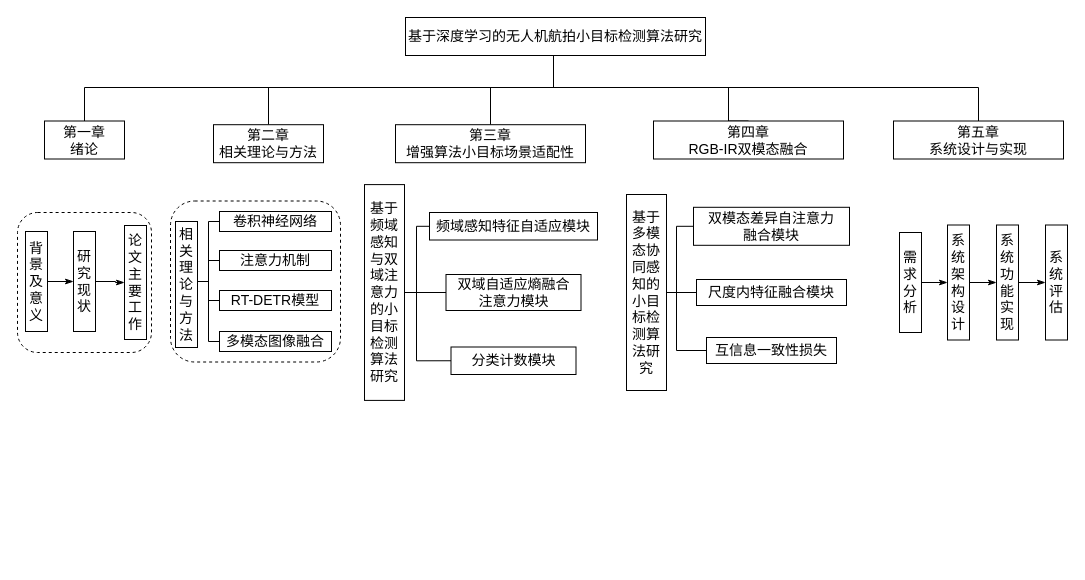
Before: DrawIO_file/毕业论文画图/章节安排结构图.drawio in DingDongZz/typera_PicGO, a draw.io diagram. Source tidied: cells renumbered, new cells numbered last; positions are measured from the earlier drawing's top-left corner, leaving out a move shared by most shapes. Both pictures are drawn from the tidied source at 100%, with x=0, y=0 at pixel (17, 17).
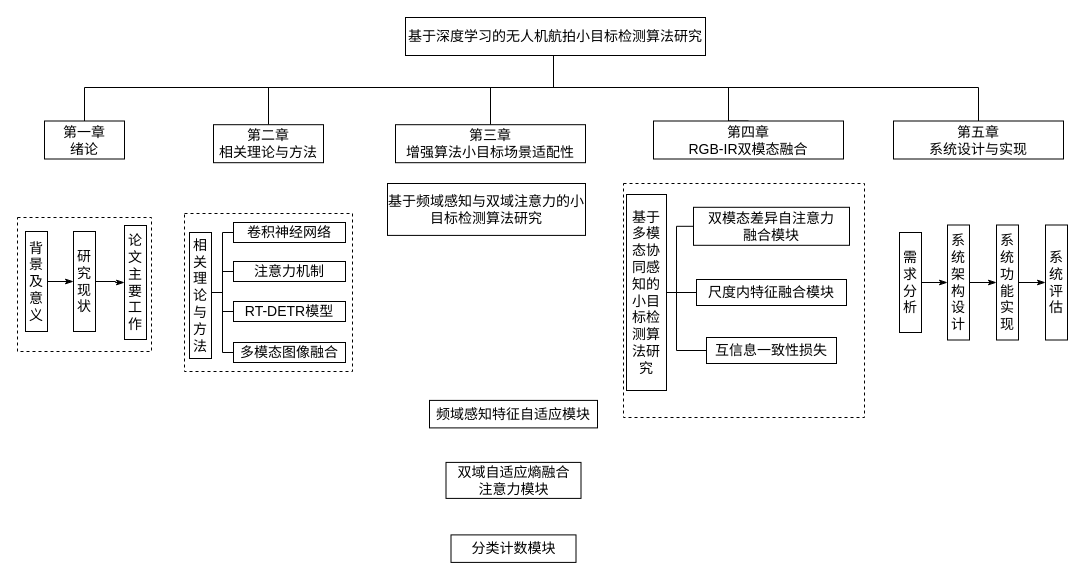
After the change.

Commit message (it also covers changes not shown here):
更新章节安排结构图.drawio

What changed in the source:
```diff
@@
-    <mxCell id="13" style="edgeStyle=orthogonalEdgeStyle;rounded=0;orthogonalLoop=1;jettySize=auto;html=1;entryX=0;entryY=0.5;entryDx=0;entryDy=0;endArrow=none;startFill=0;fontFamily=宋体;fontSize=14;" parent="1" edge="1">
-      <mxGeometry relative="1" as="geometry">
-        <mxPoint x="392" y="275" as="sourcePoint" />
-        <mxPoint x="414" y="208.8" as="targetPoint" />
-        <Array as="points">
-          <mxPoint x="399" y="275" />
-          <mxPoint x="399" y="209" />
-        </Array>
-      </mxGeometry>
-    </mxCell>
-    <mxCell id="14" style="edgeStyle=orthogonalEdgeStyle;shape=connector;rounded=0;jettySize=auto;html=1;entryX=0;entryY=0.5;entryDx=0;entryDy=0;strokeColor=default;align=center;verticalAlign=middle;fontFamily=宋体;fontSize=14;fontColor=default;labelBackgroundColor=default;startFill=0;endArrow=none;" parent="1" edge="1" target="19">
-      <mxGeometry relative="1" as="geometry">
-        <mxPoint x="394" y="275" as="sourcePoint" />
-        <Array as="points">
-          <mxPoint x="399" y="275" />
-          <mxPoint x="399" y="343" />
-        </Array>
-      </mxGeometry>
-    </mxCell>
-    <mxCell id="15" style="edgeStyle=orthogonalEdgeStyle;shape=connector;rounded=0;jettySize=auto;html=1;entryX=0;entryY=0.5;entryDx=0;entryDy=0;strokeColor=default;align=center;verticalAlign=middle;fontFamily=宋体;fontSize=14;fontColor=default;labelBackgroundColor=default;startFill=0;endArrow=none;" parent="1" edge="1" source="16" target="18">
-      <mxGeometry relative="1" as="geometry" />
-    </mxCell>
     <mxCell id="16" value="&lt;span&gt;基于频域感知与双域注意力的小目标检测算法研究&lt;/span&gt;" style="rounded=0;whiteSpace=wrap;html=1;fontFamily=宋体;fontSize=14;fontColor=default;labelBackgroundColor=default;horizontal=1;verticalAlign=middle;" parent="1" vertex="1">
-      <mxGeometry x="347" y="167.1" width="40" height="215.8" as="geometry" />
+      <mxGeometry x="370" y="166" width="198" height="51.9" as="geometry" />
     </mxCell>
     <mxCell id="17" value="&lt;span&gt;频域感知特征自适应模块&lt;/span&gt;" style="rounded=0;whiteSpace=wrap;html=1;fontFamily=宋体;fontSize=14;fontColor=default;labelBackgroundColor=default;horizontal=1;verticalAlign=middle;" parent="1" vertex="1">
-      <mxGeometry x="412" y="195" width="168" height="27.5" as="geometry" />
+      <mxGeometry x="412" y="382.9" width="168" height="27.5" as="geometry" />
     </mxCell>
     <mxCell id="18" value="&lt;span&gt;双域自适应熵融合&lt;/span&gt;&lt;div&gt;&lt;span&gt;注意力模块&lt;/span&gt;&lt;/div&gt;" style="rounded=0;whiteSpace=wrap;html=1;fontFamily=宋体;fontSize=14;fontColor=default;labelBackgroundColor=default;horizontal=1;verticalAlign=middle;" parent="1" vertex="1">
-      <mxGeometry x="428.5" y="257" width="135" height="36" as="geometry" />
+      <mxGeometry x="428.5" y="444.9" width="135" height="36" as="geometry" />
     </mxCell>
     <mxCell id="19" value="&lt;span&gt;分类计数模块&lt;/span&gt;" style="rounded=0;whiteSpace=wrap;html=1;fontFamily=宋体;fontSize=14;fontColor=default;labelBackgroundColor=default;horizontal=1;verticalAlign=middle;" parent="1" vertex="1">
-      <mxGeometry x="433.5" y="329.5" width="125" height="27.5" as="geometry" />
+      <mxGeometry x="433.5" y="517.4" width="125" height="27.5" as="geometry" />
     </mxCell>
@@
+    <mxCell id="44" style="edgeStyle=orthogonalEdgeStyle;shape=connector;rounded=0;jettySize=auto;html=1;entryX=0;entryY=0.5;entryDx=0;entryDy=0;strokeColor=default;align=center;verticalAlign=middle;fontFamily=宋体;fontSize=14;fontColor=default;labelBackgroundColor=default;startFill=0;endArrow=classicThin;endFill=1;" parent="1" edge="1" source="45" target="47">
+      <mxGeometry relative="1" as="geometry" />
+    </mxCell>
+    <mxCell id="45" value="背景及意义" style="rounded=0;whiteSpace=wrap;html=1;fontFamily=宋体;fontSize=14;fontColor=default;labelBackgroundColor=default;horizontal=1;verticalAlign=middle;" parent="1" vertex="1">
+      <mxGeometry x="8" y="214" width="22" height="100" as="geometry" />
+    </mxCell>
+    <mxCell id="46" style="edgeStyle=orthogonalEdgeStyle;shape=connector;rounded=0;jettySize=auto;html=1;entryX=0;entryY=0.5;entryDx=0;entryDy=0;strokeColor=default;align=center;verticalAlign=middle;fontFamily=宋体;fontSize=14;fontColor=default;labelBackgroundColor=default;startFill=0;endArrow=classicThin;endFill=1;" parent="1" edge="1" source="47" target="48">
+      <mxGeometry relative="1" as="geometry" />
+    </mxCell>
+    <mxCell id="47" value="研究现状" style="rounded=0;whiteSpace=wrap;html=1;fontFamily=宋体;fontSize=14;fontColor=default;labelBackgroundColor=default;horizontal=1;verticalAlign=middle;" parent="1" vertex="1">
+      <mxGeometry x="56" y="214" width="22" height="100" as="geometry" />
+    </mxCell>
+    <mxCell id="48" value="论文主要工作" style="rounded=0;whiteSpace=wrap;html=1;fontFamily=宋体;fontSize=14;fontColor=default;labelBackgroundColor=default;horizontal=1;verticalAlign=middle;" parent="1" vertex="1">
+      <mxGeometry x="107" y="208" width="22" height="114" as="geometry" />
+    </mxCell>
+    <mxCell id="49" style="rounded=0;whiteSpace=wrap;html=1;fontFamily=宋体;fontSize=13;labelBackgroundColor=default;fillColor=none;dashed=1;" parent="1" vertex="1">
+      <mxGeometry y="200" width="134" height="134" as="geometry" />
+    </mxCell>
+    <mxCell id="51" style="rounded=0;whiteSpace=wrap;html=1;fontFamily=宋体;fontSize=13;labelBackgroundColor=default;fillColor=none;dashed=1;" parent="1" vertex="1">
+      <mxGeometry x="606" y="166" width="241" height="234" as="geometry" />
+    </mxCell>
+    <mxCell id="52" style="group;" parent="1" vertex="1">
+      <mxGeometry x="167" y="196" width="168" height="158" as="geometry" />
+    </mxCell>
-    <mxCell id="34" style="edgeStyle=orthogonalEdgeStyle;shape=connector;rounded=0;jettySize=auto;html=1;entryX=0;entryY=0.5;entryDx=0;entryDy=0;strokeColor=default;align=center;verticalAlign=middle;fontFamily=宋体;fontSize=14;fontColor=default;labelBackgroundColor=default;startFill=0;endArrow=none;exitX=1;exitY=0.5;exitDx=0;exitDy=0;" parent="1" edge="1" source="38" target="39">
+    <mxCell id="34" style="edgeStyle=orthogonalEdgeStyle;shape=connector;rounded=0;jettySize=auto;html=1;entryX=0;entryY=0.5;entryDx=0;entryDy=0;strokeColor=default;align=center;verticalAlign=middle;fontFamily=宋体;fontSize=14;fontColor=default;labelBackgroundColor=default;startFill=0;endArrow=none;exitX=1;exitY=0.5;exitDx=0;exitDy=0;" parent="52" edge="1" source="38" target="39">
       <mxGeometry relative="1" as="geometry">
         <Array as="points">
-          <mxPoint x="191" y="264" />
-          <mxPoint x="191" y="204" />
+          <mxPoint x="38" y="79" />
+          <mxPoint x="38" y="19" />
         </Array>
       </mxGeometry>
     </mxCell>
-    <mxCell id="35" style="edgeStyle=orthogonalEdgeStyle;shape=connector;rounded=0;orthogonalLoop=1;jettySize=auto;html=1;entryX=0;entryY=0.5;entryDx=0;entryDy=0;strokeColor=default;align=center;verticalAlign=middle;fontFamily=宋体;fontSize=14;fontColor=default;labelBackgroundColor=default;startFill=0;endArrow=none;" parent="1" edge="1">
+    <mxCell id="35" style="edgeStyle=orthogonalEdgeStyle;shape=connector;rounded=0;orthogonalLoop=1;jettySize=auto;html=1;entryX=0;entryY=0.5;entryDx=0;entryDy=0;strokeColor=default;align=center;verticalAlign=middle;fontFamily=宋体;fontSize=14;fontColor=default;labelBackgroundColor=default;startFill=0;endArrow=none;" parent="52" edge="1">
       <mxGeometry relative="1" as="geometry">
-        <mxPoint x="183" y="264" as="sourcePoint" />
-        <mxPoint x="207" y="243" as="targetPoint" />
+        <mxPoint x="30" y="79" as="sourcePoint" />
+        <mxPoint x="54" y="58" as="targetPoint" />
         <Array as="points">
-          <mxPoint x="191" y="264" />
-          <mxPoint x="191" y="243" />
+          <mxPoint x="38" y="79" />
+          <mxPoint x="38" y="58" />
         </Array>
       </mxGeometry>
     </mxCell>
-    <mxCell id="36" style="edgeStyle=orthogonalEdgeStyle;shape=connector;rounded=0;orthogonalLoop=1;jettySize=auto;html=1;entryX=0;entryY=0.5;entryDx=0;entryDy=0;strokeColor=default;align=center;verticalAlign=middle;fontFamily=宋体;fontSize=14;fontColor=default;labelBackgroundColor=default;startFill=0;endArrow=none;" parent="1" edge="1">
+    <mxCell id="36" style="edgeStyle=orthogonalEdgeStyle;shape=connector;rounded=0;orthogonalLoop=1;jettySize=auto;html=1;entryX=0;entryY=0.5;entryDx=0;entryDy=0;strokeColor=default;align=center;verticalAlign=middle;fontFamily=宋体;fontSize=14;fontColor=default;labelBackgroundColor=default;startFill=0;endArrow=none;" parent="52" edge="1">
       <mxGeometry relative="1" as="geometry">
-        <mxPoint x="185" y="264" as="sourcePoint" />
-        <mxPoint x="207" y="283" as="targetPoint" />
+        <mxPoint x="32" y="79" as="sourcePoint" />
+        <mxPoint x="54" y="98" as="targetPoint" />
         <Array as="points">
-          <mxPoint x="191" y="264" />
-          <mxPoint x="191" y="283" />
+          <mxPoint x="38" y="79" />
+          <mxPoint x="38" y="98" />
         </Array>
       </mxGeometry>
     </mxCell>
-    <mxCell id="37" style="edgeStyle=orthogonalEdgeStyle;shape=connector;rounded=0;jettySize=auto;html=1;entryX=0;entryY=0.5;entryDx=0;entryDy=0;strokeColor=default;align=center;verticalAlign=middle;fontFamily=宋体;fontSize=14;fontColor=default;labelBackgroundColor=default;startFill=0;endArrow=none;" parent="1" edge="1" target="42">
+    <mxCell id="37" style="edgeStyle=orthogonalEdgeStyle;shape=connector;rounded=0;jettySize=auto;html=1;entryX=0;entryY=0.5;entryDx=0;entryDy=0;strokeColor=default;align=center;verticalAlign=middle;fontFamily=宋体;fontSize=14;fontColor=default;labelBackgroundColor=default;startFill=0;endArrow=none;" parent="52" edge="1" target="42">
       <mxGeometry relative="1" as="geometry">
-        <mxPoint x="175" y="264" as="sourcePoint" />
+        <mxPoint x="22" y="79" as="sourcePoint" />
         <Array as="points">
-          <mxPoint x="191" y="264" />
-          <mxPoint x="191" y="324" />
+          <mxPoint x="38" y="79" />
+          <mxPoint x="38" y="139" />
         </Array>
       </mxGeometry>
     </mxCell>
-    <mxCell id="38" value="相关理论与方法" style="rounded=0;whiteSpace=wrap;html=1;fontFamily=宋体;fontSize=14;fontColor=default;labelBackgroundColor=default;horizontal=1;verticalAlign=middle;" parent="1" vertex="1">
-      <mxGeometry x="158" y="204" width="22" height="126" as="geometry" />
+    <mxCell id="38" value="相关理论与方法" style="rounded=0;whiteSpace=wrap;html=1;fontFamily=宋体;fontSize=14;fontColor=default;labelBackgroundColor=default;horizontal=1;verticalAlign=middle;" parent="52" vertex="1">
+      <mxGeometry x="5" y="19" width="22" height="126" as="geometry" />
     </mxCell>
-    <mxCell id="39" value="卷积神经网络" style="rounded=0;whiteSpace=wrap;html=1;fontFamily=宋体;fontSize=14;fontColor=default;labelBackgroundColor=default;" parent="1" vertex="1">
-      <mxGeometry x="202" y="194" width="112" height="20" as="geometry" />
+    <mxCell id="39" value="卷积神经网络" style="rounded=0;whiteSpace=wrap;html=1;fontFamily=宋体;fontSize=14;fontColor=default;labelBackgroundColor=default;" parent="52" vertex="1">
+      <mxGeometry x="49" y="9" width="112" height="20" as="geometry" />
     </mxCell>
-    <mxCell id="40" value="注意力机制" style="rounded=0;whiteSpace=wrap;html=1;fontFamily=宋体;fontSize=14;fontColor=default;labelBackgroundColor=default;" parent="1" vertex="1">
-      <mxGeometry x="202" y="233" width="112" height="20" as="geometry" />
+    <mxCell id="40" value="注意力机制" style="rounded=0;whiteSpace=wrap;html=1;fontFamily=宋体;fontSize=14;fontColor=default;labelBackgroundColor=default;" parent="52" vertex="1">
+      <mxGeometry x="49" y="48" width="112" height="20" as="geometry" />
     </mxCell>
-    <mxCell id="41" value="RT-DETR模型" style="rounded=0;whiteSpace=wrap;html=1;fontFamily=宋体;fontSize=14;fontColor=default;labelBackgroundColor=default;" parent="1" vertex="1">
-      <mxGeometry x="202" y="273" width="112" height="20" as="geometry" />
+    <mxCell id="41" value="RT-DETR模型" style="rounded=0;whiteSpace=wrap;html=1;fontFamily=宋体;fontSize=14;fontColor=default;labelBackgroundColor=default;" parent="52" vertex="1">
+      <mxGeometry x="49" y="88" width="112" height="20" as="geometry" />
     </mxCell>
-    <mxCell id="42" value="多模态图像融合" style="rounded=0;whiteSpace=wrap;html=1;fontFamily=宋体;fontSize=14;fontColor=default;labelBackgroundColor=default;" parent="1" vertex="1">
-      <mxGeometry x="202" y="314" width="112" height="20" as="geometry" />
+    <mxCell id="42" value="多模态图像融合" style="rounded=0;whiteSpace=wrap;html=1;fontFamily=宋体;fontSize=14;fontColor=default;labelBackgroundColor=default;" parent="52" vertex="1">
+      <mxGeometry x="49" y="129" width="112" height="20" as="geometry" />
     </mxCell>
-    <mxCell id="43" style="edgeStyle=orthogonalEdgeStyle;shape=connector;rounded=0;orthogonalLoop=1;jettySize=auto;html=1;exitX=0.5;exitY=1;exitDx=0;exitDy=0;strokeColor=default;align=center;verticalAlign=middle;fontFamily=宋体;fontSize=14;fontColor=default;labelBackgroundColor=default;startFill=0;endArrow=none;" parent="1" edge="1" source="39" target="39">
+    <mxCell id="43" style="edgeStyle=orthogonalEdgeStyle;shape=connector;rounded=0;orthogonalLoop=1;jettySize=auto;html=1;exitX=0.5;exitY=1;exitDx=0;exitDy=0;strokeColor=default;align=center;verticalAlign=middle;fontFamily=宋体;fontSize=14;fontColor=default;labelBackgroundColor=default;startFill=0;endArrow=none;" parent="52" edge="1" source="39" target="39">
       <mxGeometry relative="1" as="geometry" />
     </mxCell>
-    <mxCell id="44" style="edgeStyle=orthogonalEdgeStyle;shape=connector;rounded=0;jettySize=auto;html=1;entryX=0;entryY=0.5;entryDx=0;entryDy=0;strokeColor=default;align=center;verticalAlign=middle;fontFamily=宋体;fontSize=14;fontColor=default;labelBackgroundColor=default;startFill=0;endArrow=classicThin;endFill=1;" parent="1" edge="1" source="45" target="47">
-      <mxGeometry relative="1" as="geometry" />
-    </mxCell>
-    <mxCell id="45" value="背景及意义" style="rounded=0;whiteSpace=wrap;html=1;fontFamily=宋体;fontSize=14;fontColor=default;labelBackgroundColor=default;horizontal=1;verticalAlign=middle;" parent="1" vertex="1">
-      <mxGeometry x="8" y="214" width="22" height="100" as="geometry" />
-    </mxCell>
-    <mxCell id="46" style="edgeStyle=orthogonalEdgeStyle;shape=connector;rounded=0;jettySize=auto;html=1;entryX=0;entryY=0.5;entryDx=0;entryDy=0;strokeColor=default;align=center;verticalAlign=middle;fontFamily=宋体;fontSize=14;fontColor=default;labelBackgroundColor=default;startFill=0;endArrow=classicThin;endFill=1;" parent="1" edge="1" source="47" target="48">
-      <mxGeometry relative="1" as="geometry" />
-    </mxCell>
-    <mxCell id="47" value="研究现状" style="rounded=0;whiteSpace=wrap;html=1;fontFamily=宋体;fontSize=14;fontColor=default;labelBackgroundColor=default;horizontal=1;verticalAlign=middle;" parent="1" vertex="1">
-      <mxGeometry x="56" y="214" width="22" height="100" as="geometry" />
-    </mxCell>
-    <mxCell id="48" value="论文主要工作" style="rounded=0;whiteSpace=wrap;html=1;fontFamily=宋体;fontSize=14;fontColor=default;labelBackgroundColor=default;horizontal=1;verticalAlign=middle;" parent="1" vertex="1">
-      <mxGeometry x="107" y="208" width="22" height="114" as="geometry" />
-    </mxCell>
-    <mxCell id="49" style="rounded=1;whiteSpace=wrap;html=1;fontFamily=宋体;fontSize=13;labelBackgroundColor=default;fillColor=none;dashed=1;" parent="1" vertex="1">
-      <mxGeometry y="195" width="134" height="140" as="geometry" />
-    </mxCell>
-    <mxCell id="50" style="rounded=1;whiteSpace=wrap;html=1;fontFamily=宋体;fontSize=13;labelBackgroundColor=default;fillColor=none;dashed=1;" parent="1" vertex="1">
-      <mxGeometry x="153" y="183.5" width="170" height="161" as="geometry" />
+    <mxCell id="50" style="rounded=0;whiteSpace=wrap;html=1;fontFamily=宋体;fontSize=13;labelBackgroundColor=default;fillColor=none;dashed=1;" parent="52" vertex="1">
+      <mxGeometry width="168" height="158" as="geometry" />
     </mxCell>
```
